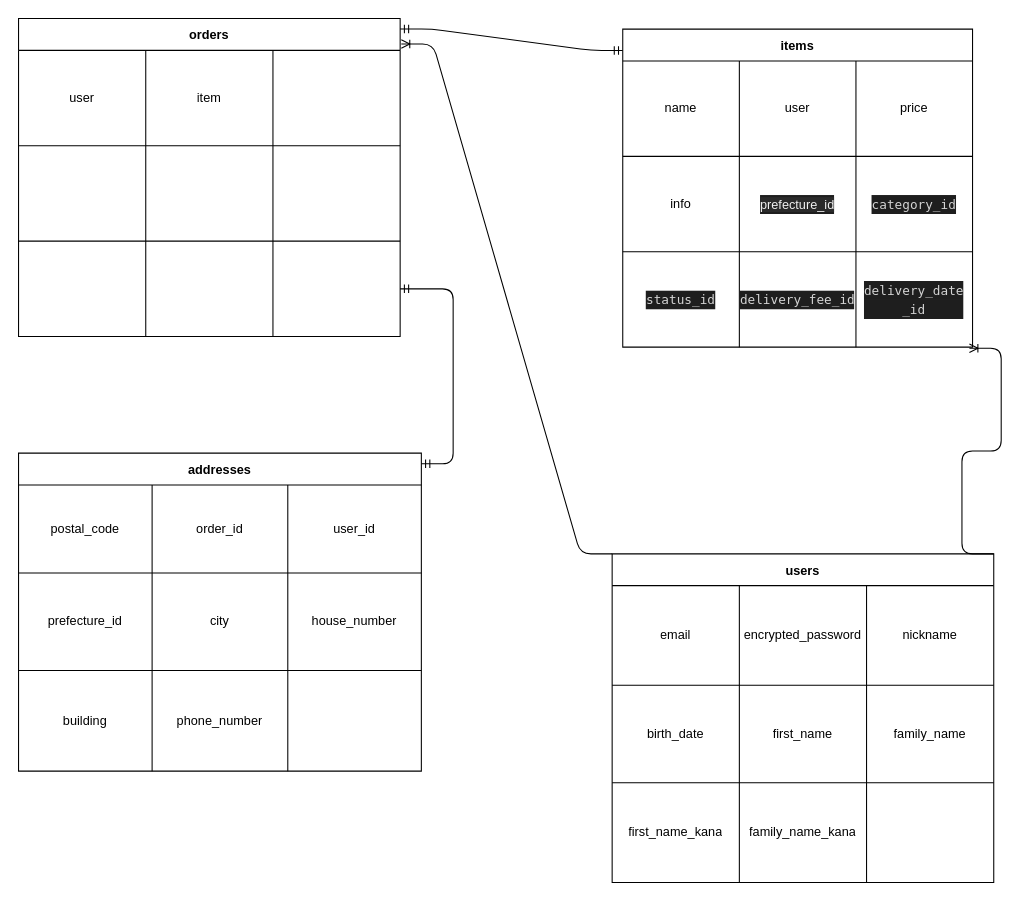
The draw.io diagram page "ページ1" (1 of 2) of furima_36431.dio in Mitsusatonambu/furima-36431, before the edit. Source tidied: cells renumbered, new cells numbered last; positions are measured from the earlier drawing's top-left corner, leaving out a move shared by most shapes. Both pictures are drawn from the tidied source at 106%, with x=0, y=0 at pixel (18, 18).
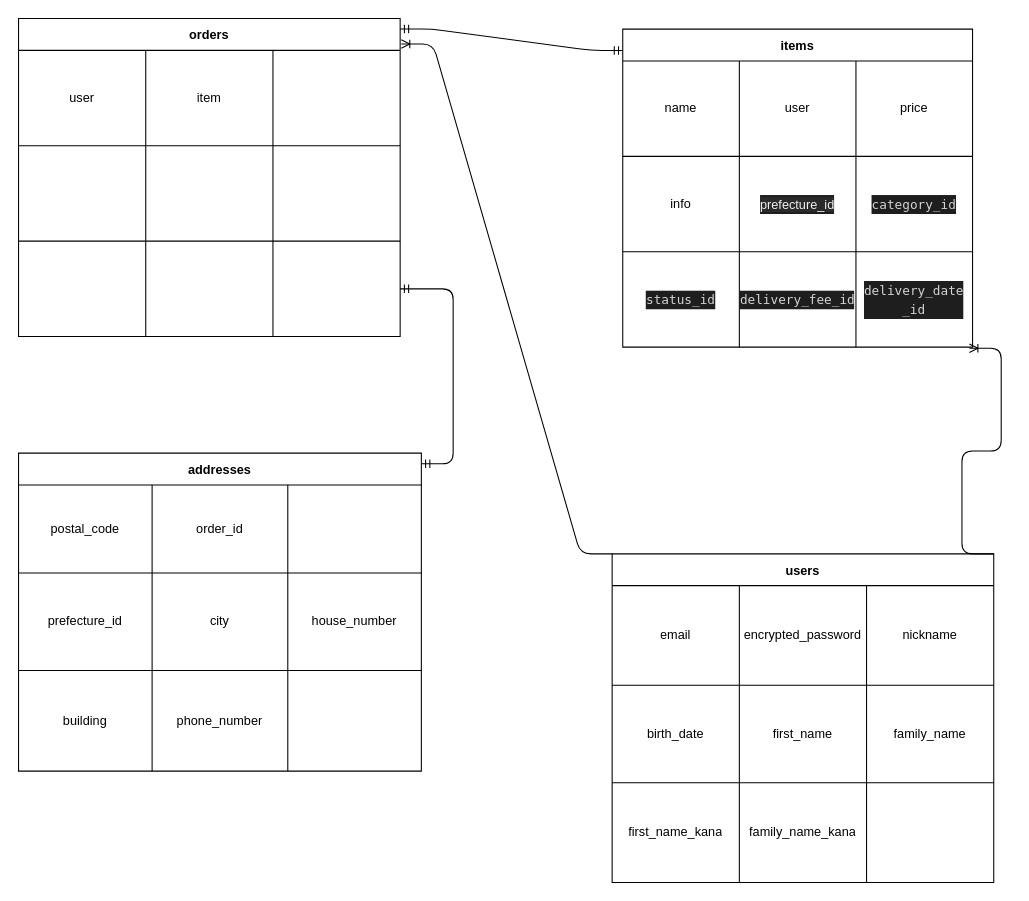
After the change.

The change refers to these unchanged cells:
```xml
<mxCell id="29" style="shape=partialRectangle;html=1;whiteSpace=wrap;fillColor=none;top=0;left=0;bottom=0;right=0;" parent="28" vertex="1">
  <mxGeometry y="30" width="380" height="83" as="geometry" />
</mxCell>
```

Diff of the diagram source:
```diff
@@
-    <mxCell id="32" value="user_id" style="shape=partialRectangle;html=1;whiteSpace=wrap;fillColor=none;top=0;left=0;bottom=0;right=0;overflow=hidden;" parent="29" vertex="1">
+    <mxCell id="32" style="shape=partialRectangle;html=1;whiteSpace=wrap;fillColor=none;top=0;left=0;bottom=0;right=0;overflow=hidden;" parent="29" vertex="1">
       <mxGeometry x="254" width="126" height="83" as="geometry" />
     </mxCell>
```
